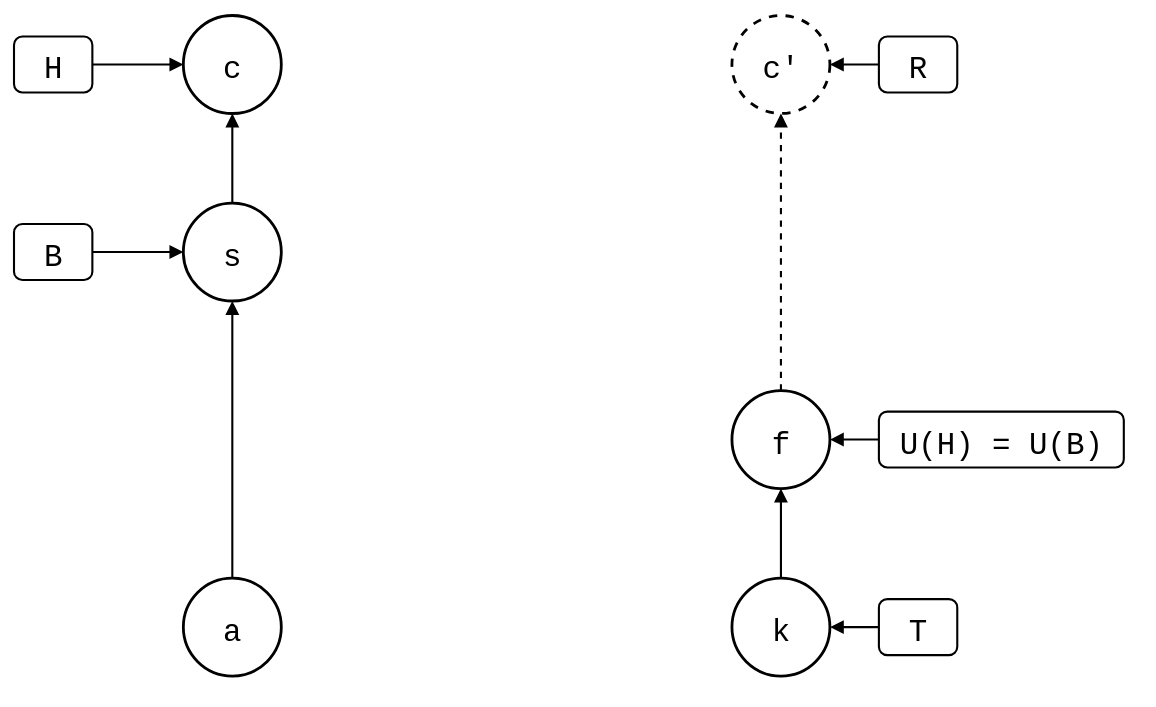
roschaefer/git-splice keeps this draw.io diagram as test/scenarios/up-to-date/squash-merged-pull/squash-merged-pull.drawio.svg. Above is the earlier version. Source tidied: cells renumbered, new cells last; positions are measured from the earlier drawing's top-left corner, leaving out a move shared by most shapes.
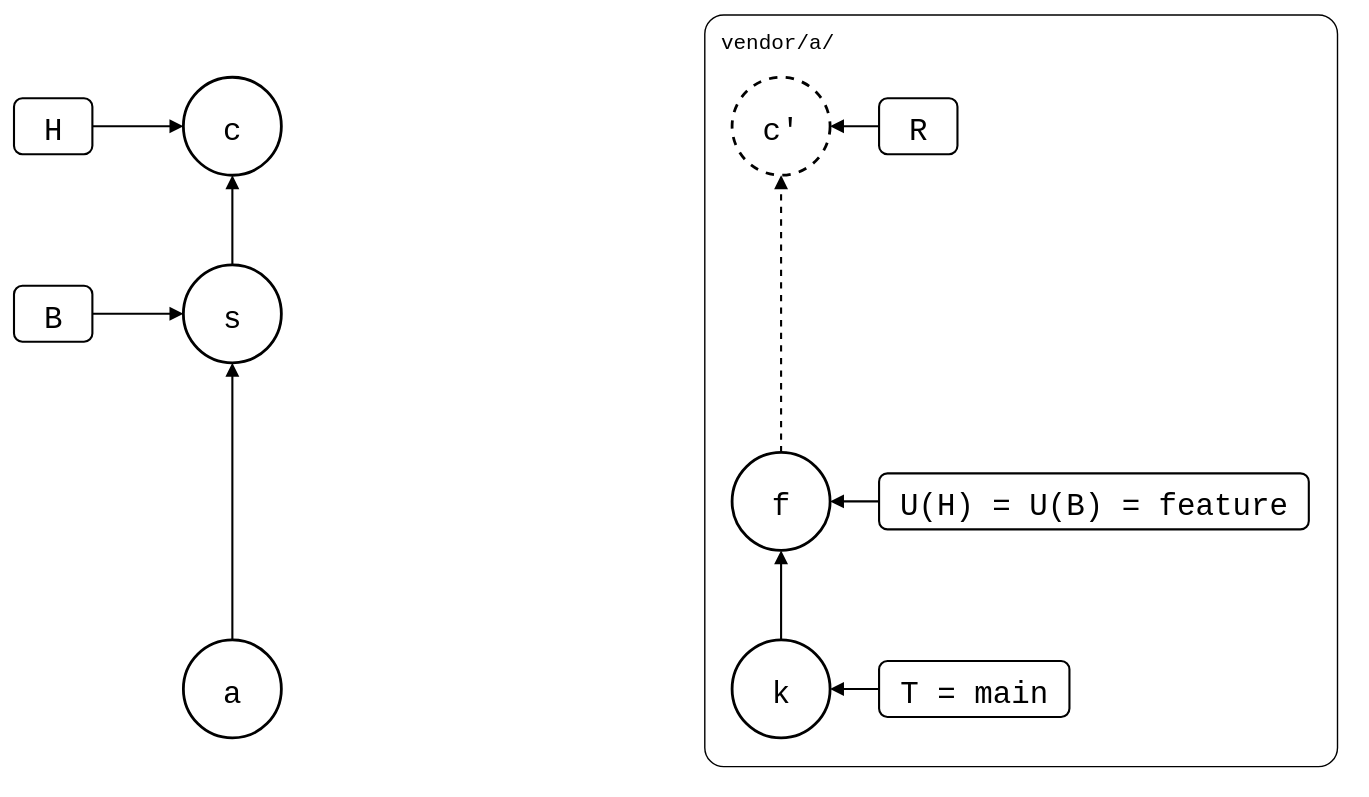
Later version of the same file.

Diff of the diagram source:
```diff
@@ -2,6 +2,9 @@
   <root>
     <mxCell id="0" />
     <mxCell id="1" parent="0" />
+    <mxCell id="22" value="vendor/a/" style="rounded=1;arcSize=3;fillColor=none;strokeWidth=1;fontSize=15;verticalAlign=top;align=left;spacingLeft=10;spacingTop=4;fontFamily=Roboto Mono,monospace;" parent="1" vertex="1">
+      <mxGeometry x="493" y="-45" width="452" height="537" as="geometry" />
+    </mxCell>
     <mxCell id="2" value="a" style="ellipse;strokeWidth=2;fontSize=22;fontFamily=Roboto Mono,monospace;" parent="1" vertex="1">
       <mxGeometry x="121" y="402" width="70" height="70" as="geometry" />
     </mxCell>
@@ -32,14 +35,14 @@
     <mxCell id="11" style="endArrow=block;endFill=1;html=1;strokeWidth=1.5;rounded=0;" parent="1" edge="1" source="10" target="3">
       <mxGeometry relative="1" as="geometry" />
     </mxCell>
-    <mxCell id="12" value="T" style="rounded=1;strokeWidth=1.5;fontSize=22;fontFamily=Roboto Mono,monospace;" parent="1" vertex="1">
-      <mxGeometry x="618" y="417" width="56" height="40" as="geometry" />
+    <mxCell id="12" value="T = main" style="rounded=1;strokeWidth=1.5;fontSize=22;fontFamily=Roboto Mono,monospace;" parent="1" vertex="1">
+      <mxGeometry x="618" y="417" width="136" height="40" as="geometry" />
     </mxCell>
     <mxCell id="13" style="endArrow=block;endFill=1;html=1;strokeWidth=1.5;rounded=0;" parent="1" edge="1" source="12" target="5">
       <mxGeometry relative="1" as="geometry" />
     </mxCell>
-    <mxCell id="14" value="U(H) = U(B)" style="rounded=1;strokeWidth=1.5;fontSize=22;fontFamily=Roboto Mono,monospace;" parent="1" vertex="1">
-      <mxGeometry x="618" y="283" width="175" height="40" as="geometry" />
+    <mxCell id="14" value="U(H) = U(B) = feature" style="rounded=1;strokeWidth=1.5;fontSize=22;fontFamily=Roboto Mono,monospace;" parent="1" vertex="1">
+      <mxGeometry x="618" y="283" width="307" height="40" as="geometry" />
     </mxCell>
     <mxCell id="15" style="endArrow=block;endFill=1;html=1;strokeWidth=1.5;rounded=0;" parent="1" edge="1" source="14" target="6">
       <mxGeometry relative="1" as="geometry" />
```
